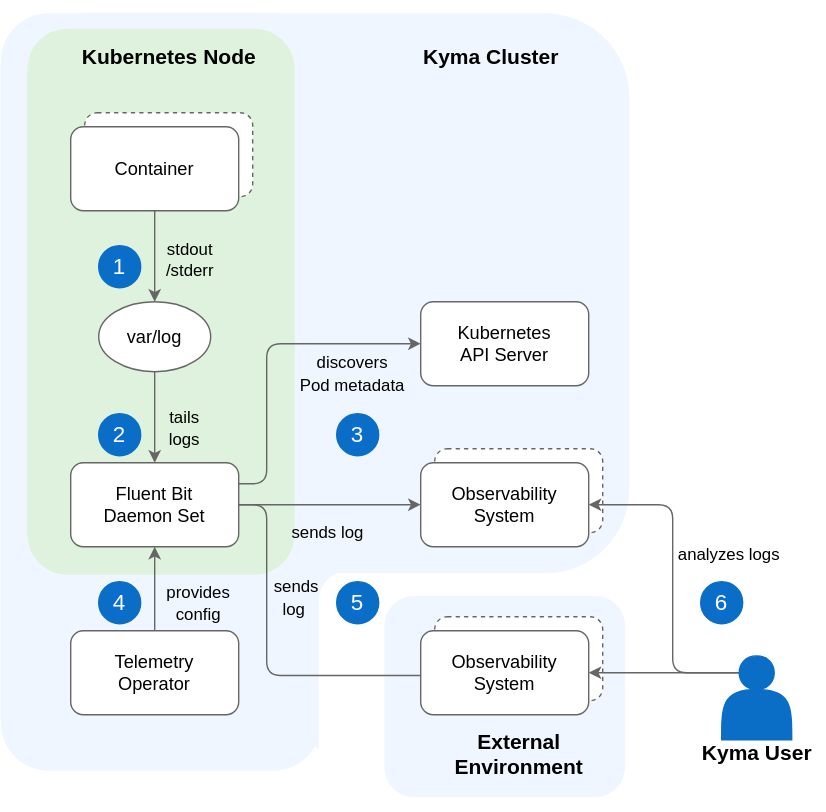
Earlier version of the draw.io export docs/user/assets/logging-arch.drawio.svg (kyma-project/telemetry-manager). Source tidied: cells renumbered, new cells last; positions are measured from the earlier drawing's top-left corner, leaving out a move shared by most shapes.
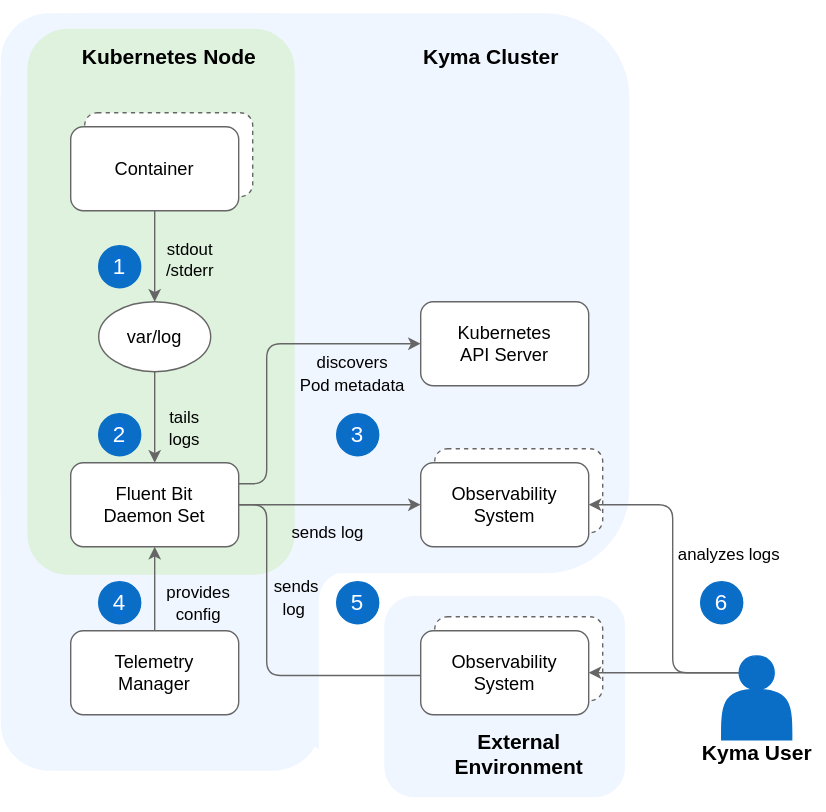
Above is the later version.

Commit message:
Telemetry Manager also in logging architecture

The edit, as a diff of the source:
```diff
@@ -88,7 +88,7 @@
     <mxCell id="26" value="&lt;font style=&quot;font-size: 16px&quot;&gt;3&lt;/font&gt;" style="ellipse;whiteSpace=wrap;html=1;labelBackgroundColor=#0A6ED1;fontColor=#FFFFFF;fillColor=#0A6EC7;strokeColor=#0A6EC7;" parent="1" vertex="1">
       <mxGeometry x="240" y="295" width="30" height="30" as="geometry" />
     </mxCell>
-    <mxCell id="27" value="Telemetry&lt;br&gt;Operator" style="rounded=1;whiteSpace=wrap;html=1;fontSize=13;strokeColor=#666666;" parent="1" vertex="1">
+    <mxCell id="27" value="Telemetry&lt;br&gt;Manager" style="rounded=1;whiteSpace=wrap;html=1;fontSize=13;strokeColor=#666666;" parent="1" vertex="1">
       <mxGeometry x="50" y="450" width="120" height="60" as="geometry" />
     </mxCell>
     <mxCell id="28" value="&lt;font style=&quot;font-size: 16px&quot;&gt;4&lt;/font&gt;" style="ellipse;whiteSpace=wrap;html=1;labelBackgroundColor=#0A6ED1;fontColor=#FFFFFF;fillColor=#0A6EC7;strokeColor=#0A6EC7;" parent="1" vertex="1">
```
